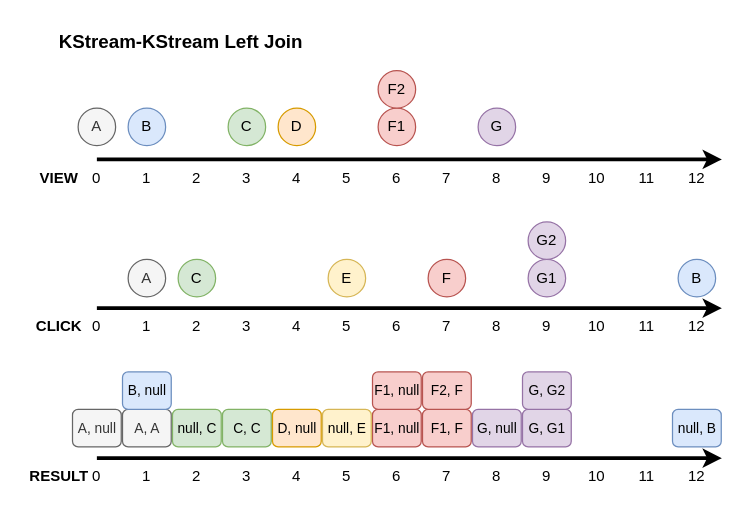
The draw.io diagram drawio/kafka/kafka-streams-join-5.drawio in windowforsun/blog, before the edit. Source tidied: cells renumbered, new cells numbered last; positions are measured from the earlier drawing's top-left corner, leaving out a move shared by most shapes. Both pictures are drawn from the tidied source at 125%, with x=0, y=0 at pixel (21, 21).
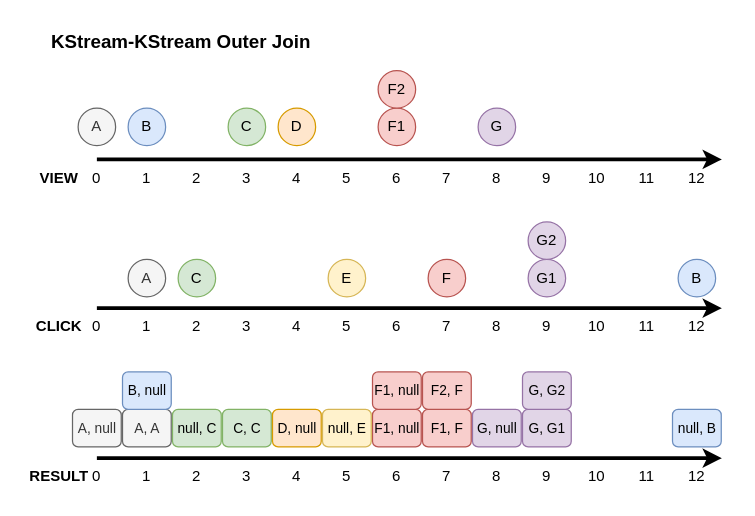
The same page after the edit.

Change to the diagram source:
```diff
@@
-    <mxCell id="61" value="&lt;b&gt;&lt;font style=&quot;font-size: 15px;&quot;&gt;KStream-KStream Left Join&lt;/font&gt;&lt;/b&gt;" style="text;html=1;align=center;verticalAlign=middle;whiteSpace=wrap;rounded=0;" parent="1" vertex="1">
+    <mxCell id="61" value="&lt;b&gt;&lt;font style=&quot;font-size: 15px;&quot;&gt;KStream-KStream Outer Join&lt;/font&gt;&lt;/b&gt;" style="text;html=1;align=center;verticalAlign=middle;whiteSpace=wrap;rounded=0;" parent="1" vertex="1">
       <mxGeometry x="20" width="215" height="30" as="geometry" />
     </mxCell>
```
